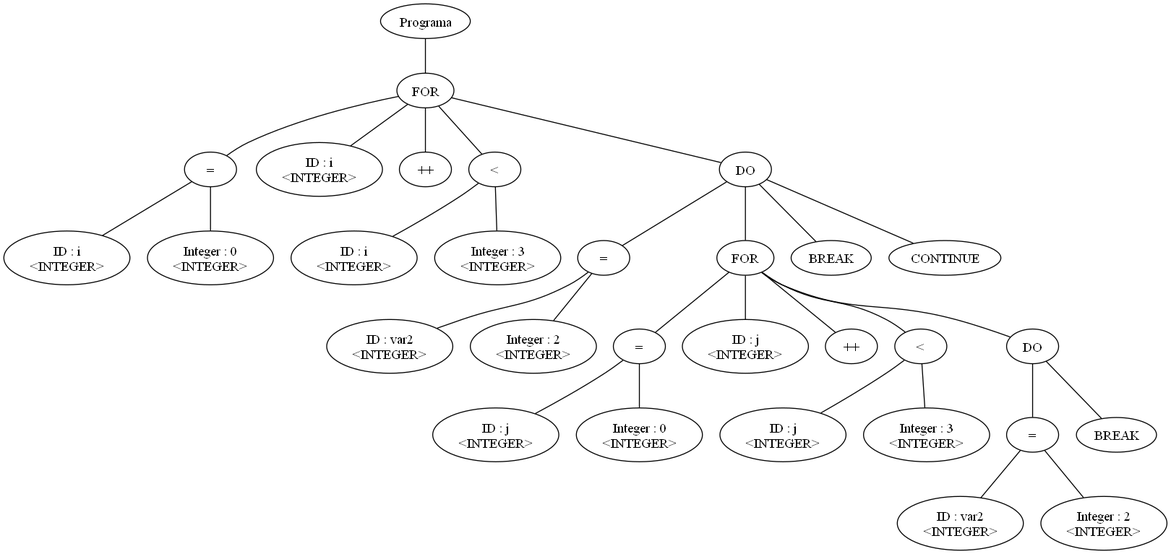
This is arbol.png from leandroprios/compilador, a Graphviz export, as it was before one commit. Its source is kept beside it as arbol.dot.
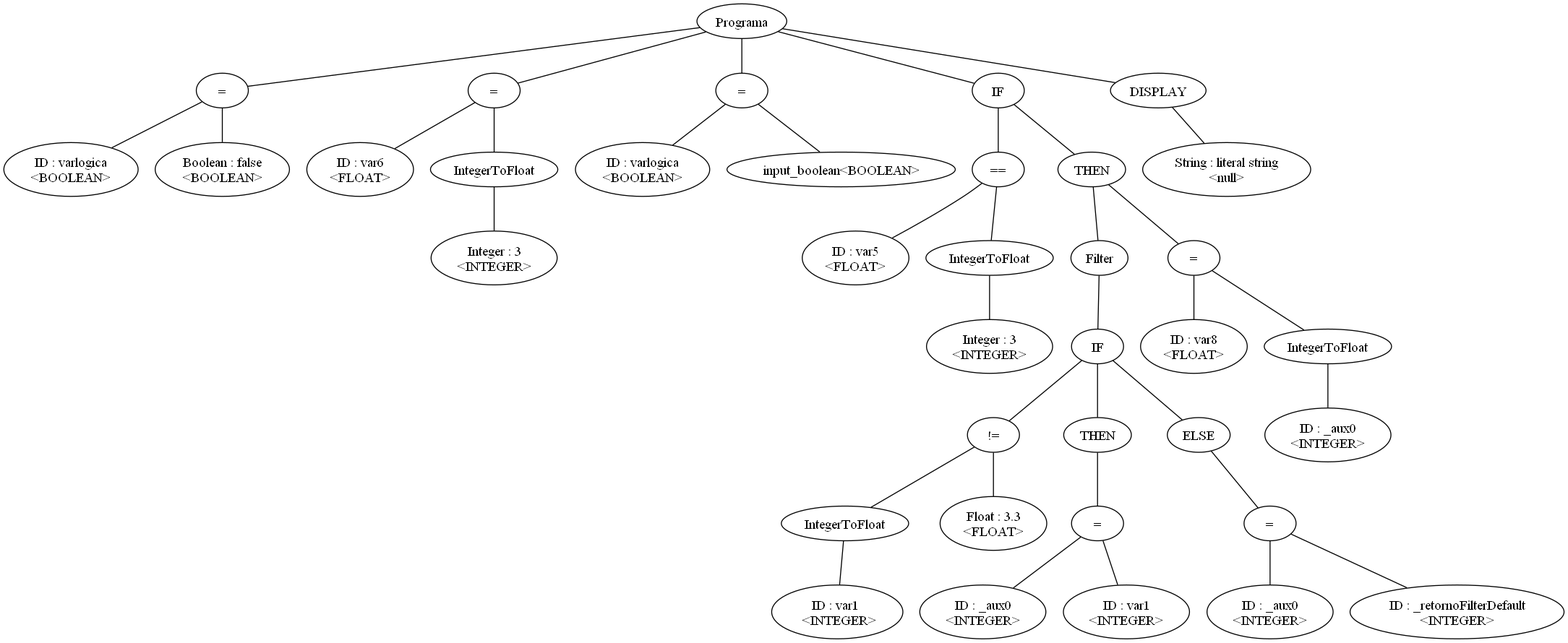
After the change.

Change to the diagram source:
```diff
@@ -1,60 +1,75 @@
-graph G {nodo_1371013834[label="Programa"]
-nodo_817111109[label="FOR"]
-nodo_1371013834--nodo_817111109
-nodo_246209899[label="="]
-nodo_817111109--nodo_246209899
-nodo_701992283[label="ID : i\n<INTEGER>"]
-nodo_246209899--nodo_701992283
-nodo_954754297[label="Integer : 0\n<INTEGER>"]
-nodo_246209899--nodo_954754297
-nodo_817111109--nodo_1105201790
-nodo_1105201790[label="ID : i\n<INTEGER>"]
-nodo_817111109--nodo_701488553
-nodo_701488553[label="++"]
-nodo_1414068812[label="<"]
-nodo_817111109--nodo_1414068812
-nodo_805077904[label="ID : i\n<INTEGER>"]
-nodo_1414068812--nodo_805077904
-nodo_2013864275[label="Integer : 3\n<INTEGER>"]
-nodo_1414068812--nodo_2013864275
-nodo_817111109--nodo_750493364
-nodo_750493364[label="DO"]
-nodo_964388822[label="="]
-nodo_750493364--nodo_964388822
-nodo_712142895[label="ID : var2\n<INTEGER>"]
-nodo_964388822--nodo_712142895
-nodo_1641649906[label="Integer : 2\n<INTEGER>"]
-nodo_964388822--nodo_1641649906
-nodo_1357586467[label="FOR"]
-nodo_750493364--nodo_1357586467
-nodo_852277311[label="="]
-nodo_1357586467--nodo_852277311
-nodo_193348929[label="ID : j\n<INTEGER>"]
-nodo_852277311--nodo_193348929
-nodo_642071749[label="Integer : 0\n<INTEGER>"]
-nodo_852277311--nodo_642071749
-nodo_1357586467--nodo_2029822621
-nodo_2029822621[label="ID : j\n<INTEGER>"]
-nodo_1357586467--nodo_799468054
-nodo_799468054[label="++"]
-nodo_1105808526[label="<"]
-nodo_1357586467--nodo_1105808526
-nodo_1313203042[label="ID : j\n<INTEGER>"]
-nodo_1105808526--nodo_1313203042
-nodo_1454069478[label="Integer : 3\n<INTEGER>"]
-nodo_1105808526--nodo_1454069478
-nodo_1357586467--nodo_832478326
-nodo_832478326[label="DO"]
-nodo_1272901348[label="="]
-nodo_832478326--nodo_1272901348
-nodo_1087919661[label="ID : var2\n<INTEGER>"]
-nodo_1272901348--nodo_1087919661
-nodo_560456615[label="Integer : 2\n<INTEGER>"]
-nodo_1272901348--nodo_560456615
-nodo_771202315[label="BREAK"]
-nodo_832478326--nodo_771202315
-nodo_300085151[label="BREAK"]
-nodo_750493364--nodo_300085151
-nodo_327793328[label="CONTINUE"]
-nodo_750493364--nodo_327793328
+graph G {nodo_113131154[label="Programa"]
+nodo_1600390310[label="="]
+nodo_113131154--nodo_1600390310
+nodo_541742448[label="ID : varlogica\n<BOOLEAN>"]
+nodo_1600390310--nodo_541742448
+nodo_725453847[label="Boolean : false\n<BOOLEAN>"]
+nodo_1600390310--nodo_725453847
+nodo_1543535948[label="="]
+nodo_113131154--nodo_1543535948
+nodo_599659358[label="ID : var6\n<FLOAT>"]
+nodo_1543535948--nodo_599659358
+nodo_1370301324[label="IntegerToFloat"]
+nodo_1543535948--nodo_1370301324
+nodo_381112474[label="Integer : 3\n<INTEGER>"]
+nodo_1370301324--nodo_381112474
+nodo_1233302813[label="="]
+nodo_113131154--nodo_1233302813
+nodo_443906960[label="ID : varlogica\n<BOOLEAN>"]
+nodo_1233302813--nodo_443906960
+nodo_1233302813--nodo_578591249
+nodo_578591249[label="input_boolean<BOOLEAN>"]
+nodo_241380676[label="IF"]
+nodo_113131154--nodo_241380676
+nodo_1377131464[label="=="]
+nodo_241380676--nodo_1377131464
+nodo_1670185953[label="ID : var5\n<FLOAT>"]
+nodo_1377131464--nodo_1670185953
+nodo_635941267[label="IntegerToFloat"]
+nodo_1377131464--nodo_635941267
+nodo_855220582[label="Integer : 3\n<INTEGER>"]
+nodo_635941267--nodo_855220582
+nodo_241380676--nodo_219603729
+nodo_219603729[label="THEN"]
+nodo_1254778858[label="Filter"]
+nodo_219603729--nodo_1254778858
+nodo_1096021849[label="IF"]
+nodo_1254778858--nodo_1096021849
+nodo_1503706569[label="!="]
+nodo_1096021849--nodo_1503706569
+nodo_1069617938[label="IntegerToFloat"]
+nodo_1503706569--nodo_1069617938
+nodo_1643565708[label="ID : var1
+ <INTEGER>"]
+nodo_1069617938--nodo_1643565708
+nodo_1029989774[label="Float : 3.3\n<FLOAT>"]
+nodo_1503706569--nodo_1029989774
+nodo_1096021849--nodo_689951750
+nodo_689951750[label="THEN"]
+nodo_1974067901[label="="]
+nodo_689951750--nodo_1974067901
+nodo_1111963289[label="ID : _aux0\n<INTEGER>"]
+nodo_1974067901--nodo_1111963289
+nodo_368246511[label="ID : var1\n<INTEGER>"]
+nodo_1974067901--nodo_368246511
+nodo_1096021849--nodo_668141549
+nodo_668141549[label="ELSE"]
+nodo_186950090[label="="]
+nodo_668141549--nodo_186950090
+nodo_832701977[label="ID : _aux0\n<INTEGER>"]
+nodo_186950090--nodo_832701977
+nodo_1252662602[label="ID : _retornoFilterDefault\n<INTEGER>"]
+nodo_186950090--nodo_1252662602
+nodo_1210947446[label="="]
+nodo_219603729--nodo_1210947446
+nodo_1722373448[label="ID : var8\n<FLOAT>"]
+nodo_1210947446--nodo_1722373448
+nodo_1201276234[label="IntegerToFloat"]
+nodo_1210947446--nodo_1201276234
+nodo_1572868286[label="ID : _aux0\n<INTEGER>"]
+nodo_1201276234--nodo_1572868286
+nodo_2045950551[label="DISPLAY"]
+nodo_113131154--nodo_2045950551
+nodo_1440588596[label="String : literal string\n<null>"]
+nodo_2045950551--nodo_1440588596
 }
```
